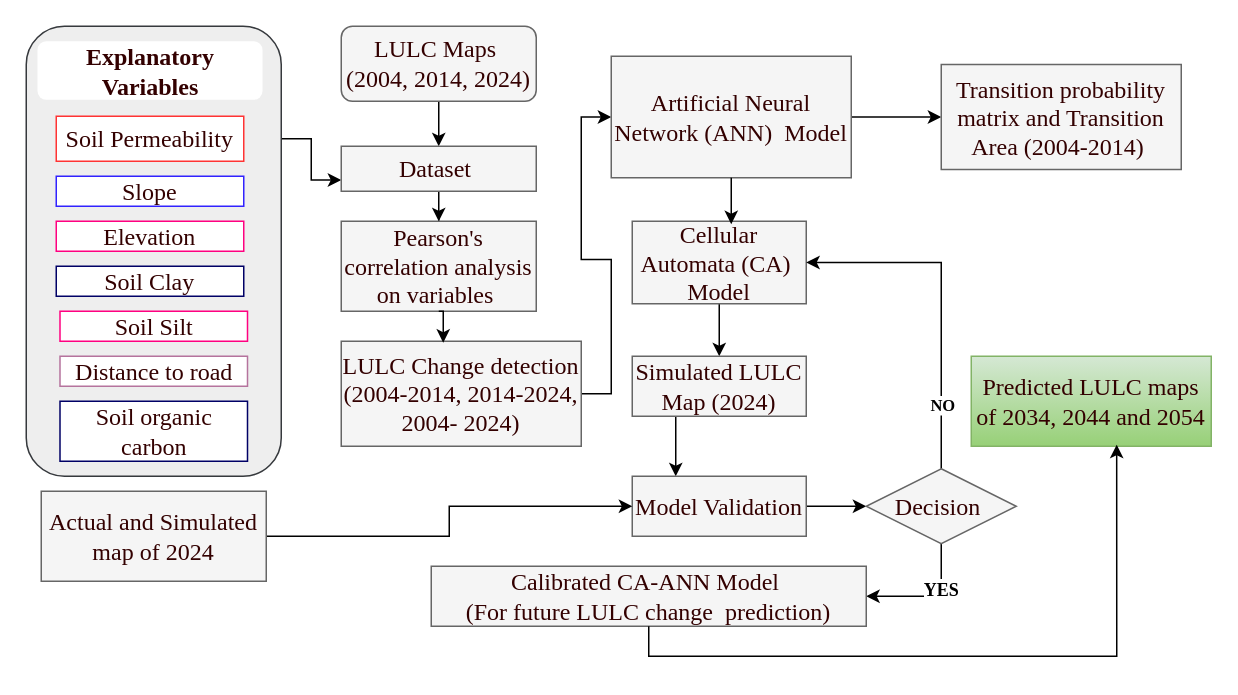
Earlier version of the draw.io diagram Molusce.drawio (yemioke/PRISMA2020). Source tidied: cells renumbered, new cells numbered last; positions are measured from the earlier drawing's top-left corner, leaving out a move shared by most shapes. Both pictures are drawn from the tidied source at 150%, with x=0, y=0 at pixel (26, 26).
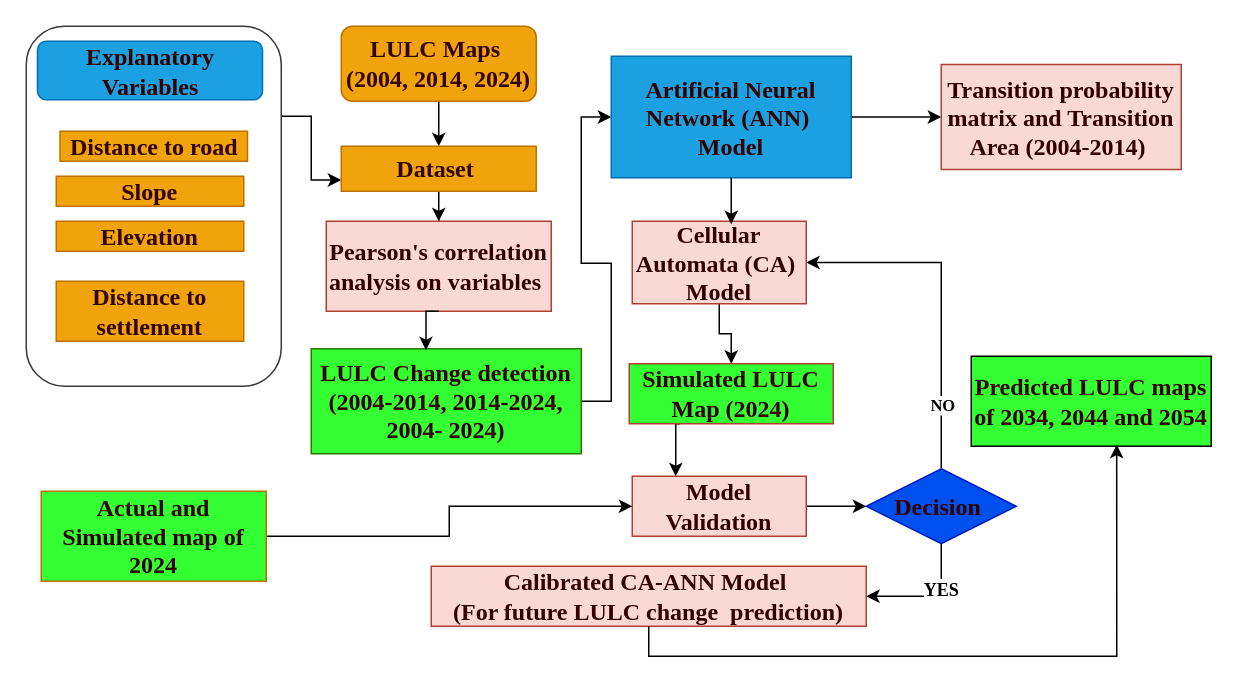
The same page after the edit.

What changed in the source:
```diff
@@
-    <mxCell id="3" style="rounded=1;whiteSpace=wrap;html=1;fillColor=#eeeeee;strokeColor=#36393d;" parent="1" vertex="1">
-      <mxGeometry width="170" height="300" as="geometry" />
+    <mxCell id="3" style="rounded=1;whiteSpace=wrap;html=1;fillColor=#FFFFFF;strokeColor=#36393d;" parent="1" vertex="1">
+      <mxGeometry width="170" height="240" as="geometry" />
     </mxCell>
@@
-    <mxCell id="5" value="&lt;font face=&quot;Times New Roman&quot; style=&quot;color: rgb(51, 0, 0); font-size: 16px;&quot;&gt;LULC Maps&amp;nbsp;&lt;/font&gt;&lt;div&gt;&lt;font face=&quot;Times New Roman&quot; style=&quot;color: rgb(51, 0, 0); font-size: 16px;&quot;&gt;(2004, 2014, 2024)&lt;/font&gt;&lt;/div&gt;" style="rounded=1;whiteSpace=wrap;html=1;fillColor=#f5f5f5;fontColor=#333333;strokeColor=#666666;" parent="1" vertex="1">
+    <mxCell id="5" value="&lt;font face=&quot;Times New Roman&quot; style=&quot;color: rgb(51, 0, 0); font-size: 16px;&quot;&gt;&lt;b&gt;LULC Maps&amp;nbsp;&lt;/b&gt;&lt;/font&gt;&lt;div&gt;&lt;font face=&quot;Times New Roman&quot; style=&quot;color: rgb(51, 0, 0); font-size: 16px;&quot;&gt;&lt;b&gt;(2004, 2014, 2024)&lt;/b&gt;&lt;/font&gt;&lt;/div&gt;" style="rounded=1;whiteSpace=wrap;html=1;fillColor=#f0a30a;fontColor=#000000;strokeColor=#BD7000;" parent="1" vertex="1">
       <mxGeometry x="210" width="130" height="50" as="geometry" />
     </mxCell>
@@
-    <mxCell id="7" value="&lt;font face=&quot;Times New Roman&quot; style=&quot;color: rgb(51, 0, 0); font-size: 16px;&quot;&gt;Dataset&amp;nbsp;&lt;/font&gt;" style="rounded=0;whiteSpace=wrap;html=1;fillColor=#f5f5f5;fontColor=#333333;strokeColor=#666666;" parent="1" vertex="1">
+    <mxCell id="7" value="&lt;font face=&quot;Times New Roman&quot; style=&quot;color: rgb(51, 0, 0); font-size: 16px;&quot;&gt;&lt;b&gt;Dataset&amp;nbsp;&lt;/b&gt;&lt;/font&gt;" style="rounded=0;whiteSpace=wrap;html=1;fillColor=#f0a30a;fontColor=#000000;strokeColor=#BD7000;" parent="1" vertex="1">
       <mxGeometry x="210" y="80" width="130" height="30" as="geometry" />
     </mxCell>
-    <mxCell id="8" value="&lt;font style=&quot;color: rgb(51, 0, 0); font-size: 16px;&quot; face=&quot;Times New Roman&quot;&gt;Pearson's correlation analysis on variables&amp;nbsp;&lt;/font&gt;" style="rounded=0;whiteSpace=wrap;html=1;fillColor=#f5f5f5;fontColor=#333333;strokeColor=#666666;" parent="1" vertex="1">
-      <mxGeometry x="210" y="130" width="130" height="60" as="geometry" />
+    <mxCell id="8" value="&lt;font style=&quot;color: rgb(51, 0, 0); font-size: 16px;&quot; face=&quot;Times New Roman&quot;&gt;&lt;b&gt;Pearson's correlation analysis on variables&amp;nbsp;&lt;/b&gt;&lt;/font&gt;" style="rounded=0;whiteSpace=wrap;html=1;fillColor=#fad9d5;strokeColor=#ae4132;" parent="1" vertex="1">
+      <mxGeometry x="200" y="130" width="150" height="60" as="geometry" />
     </mxCell>
@@
-    <mxCell id="10" value="&lt;font face=&quot;Times New Roman&quot; style=&quot;font-weight: normal; color: rgb(51, 0, 0); font-size: 16px;&quot;&gt;LULC Change detection&lt;br&gt;(2004-2014, 2014-2024, 2004- 2024)&lt;/font&gt;" style="rounded=0;whiteSpace=wrap;html=1;fontStyle=1;fillColor=#f5f5f5;fontColor=#333333;strokeColor=#666666;" parent="1" vertex="1">
-      <mxGeometry x="210" y="210" width="160" height="70" as="geometry" />
+    <mxCell id="10" value="&lt;font face=&quot;Times New Roman&quot; style=&quot;color: rgb(51, 0, 0); font-size: 16px;&quot;&gt;LULC Change detection&lt;br&gt;(2004-2014, 2014-2024, 2004- 2024)&lt;/font&gt;" style="rounded=0;whiteSpace=wrap;html=1;fontStyle=1;fillColor=#33FF33;strokeColor=#2D7600;fontColor=#ffffff;" parent="1" vertex="1">
+      <mxGeometry x="190" y="215" width="180" height="70" as="geometry" />
     </mxCell>
@@
-    <mxCell id="12" value="&lt;font style=&quot;font-weight: normal; color: rgb(51, 0, 0); font-size: 16px;&quot; face=&quot;Times New Roman&quot;&gt;Artificial Neural Network (ANN)&amp;nbsp; Model&lt;/font&gt;" style="rounded=0;whiteSpace=wrap;html=1;fontStyle=1;fillColor=#f5f5f5;fontColor=#333333;strokeColor=#666666;" parent="1" vertex="1">
+    <mxCell id="12" value="&lt;font style=&quot;color: rgb(51, 0, 0); font-size: 16px;&quot; face=&quot;Times New Roman&quot;&gt;Artificial Neural Network (ANN)&amp;nbsp; Model&lt;/font&gt;" style="rounded=0;whiteSpace=wrap;html=1;fontStyle=1;fillColor=#1ba1e2;strokeColor=#006EAF;fontColor=#ffffff;" parent="1" vertex="1">
       <mxGeometry x="390" y="20" width="160" height="81" as="geometry" />
     </mxCell>
-    <mxCell id="13" value="&lt;font face=&quot;Times New Roman&quot; style=&quot;font-weight: normal; color: rgb(51, 0, 0); font-size: 16px;&quot;&gt;Transition probability matrix and Transition Area (2004-2014)&amp;nbsp;&lt;/font&gt;" style="rounded=0;whiteSpace=wrap;html=1;fontStyle=1;fillColor=#f5f5f5;fontColor=#333333;strokeColor=#666666;" parent="1" vertex="1">
+    <mxCell id="13" value="&lt;font face=&quot;Times New Roman&quot; style=&quot;color: rgb(51, 0, 0); font-size: 16px;&quot;&gt;Transition probability matrix and Transition Area (2004-2014)&amp;nbsp;&lt;/font&gt;" style="rounded=0;whiteSpace=wrap;html=1;fontStyle=1;fillColor=#fad9d5;strokeColor=#ae4132;" parent="1" vertex="1">
       <mxGeometry x="610" y="25.5" width="160" height="70" as="geometry" />
     </mxCell>
@@
-    <mxCell id="15" value="&lt;font face=&quot;Times New Roman&quot; style=&quot;font-weight: normal; color: rgb(51, 0, 0); font-size: 16px;&quot;&gt;Cellular Automata (CA)&amp;nbsp; Model&lt;/font&gt;" style="rounded=0;whiteSpace=wrap;html=1;fontStyle=1;fillColor=#f5f5f5;fontColor=#333333;strokeColor=#666666;" parent="1" vertex="1">
+    <mxCell id="15" value="&lt;font face=&quot;Times New Roman&quot; style=&quot;color: rgb(51, 0, 0); font-size: 16px;&quot;&gt;Cellular Automata (CA)&amp;nbsp; Model&lt;/font&gt;" style="rounded=0;whiteSpace=wrap;html=1;fontStyle=1;fillColor=#fad9d5;strokeColor=#ae4132;" parent="1" vertex="1">
       <mxGeometry x="404" y="130" width="116" height="55" as="geometry" />
     </mxCell>
@@
-    <mxCell id="17" value="&lt;font face=&quot;Times New Roman&quot; style=&quot;font-weight: normal; color: rgb(51, 0, 0); font-size: 16px;&quot;&gt;Simulated LULC Map (2024)&lt;/font&gt;" style="rounded=0;whiteSpace=wrap;html=1;fontStyle=1;fillColor=#f5f5f5;fontColor=#333333;strokeColor=#666666;" parent="1" vertex="1">
-      <mxGeometry x="404" y="220" width="116" height="40" as="geometry" />
+    <mxCell id="17" value="&lt;font face=&quot;Times New Roman&quot; style=&quot;color: rgb(51, 0, 0); font-size: 16px;&quot;&gt;Simulated LULC Map (2024)&lt;/font&gt;" style="rounded=0;whiteSpace=wrap;html=1;fontStyle=1;fillColor=#33FF33;strokeColor=#ae4132;" parent="1" vertex="1">
+      <mxGeometry x="402" y="225" width="136" height="40" as="geometry" />
     </mxCell>
@@
-    <mxCell id="19" value="&lt;span style=&quot;font-weight: normal;&quot;&gt;&lt;font face=&quot;Times New Roman&quot; style=&quot;color: rgb(51, 0, 0); font-size: 16px;&quot;&gt;Model Validation&lt;/font&gt;&lt;/span&gt;" style="rounded=0;whiteSpace=wrap;html=1;fontStyle=1;fillColor=#f5f5f5;fontColor=#333333;strokeColor=#666666;" parent="1" vertex="1">
+    <mxCell id="19" value="&lt;font face=&quot;Times New Roman&quot; style=&quot;color: rgb(51, 0, 0); font-size: 16px;&quot;&gt;Model Validation&lt;/font&gt;" style="rounded=0;whiteSpace=wrap;html=1;fontStyle=1;fillColor=#fad9d5;strokeColor=#ae4132;" parent="1" vertex="1">
       <mxGeometry x="404" y="300" width="116" height="40" as="geometry" />
     </mxCell>
@@
-    <mxCell id="24" value="&lt;font style=&quot;color: rgb(51, 0, 0); font-size: 16px;&quot; face=&quot;Times New Roman&quot;&gt;Decision&amp;nbsp;&lt;/font&gt;" style="rhombus;whiteSpace=wrap;html=1;fillColor=#f5f5f5;fontColor=#333333;strokeColor=#666666;" parent="1" vertex="1">
+    <mxCell id="24" value="&lt;font style=&quot;color: rgb(51, 0, 0); font-size: 16px;&quot; face=&quot;Times New Roman&quot;&gt;&lt;b&gt;Decision&amp;nbsp;&lt;/b&gt;&lt;/font&gt;" style="rhombus;whiteSpace=wrap;html=1;fillColor=#0050ef;fontColor=#ffffff;strokeColor=#001DBC;" parent="1" vertex="1">
       <mxGeometry x="560" y="295" width="100" height="50" as="geometry" />
     </mxCell>
@@
-    <mxCell id="26" value="&lt;span style=&quot;font-weight: normal;&quot;&gt;&lt;font face=&quot;Times New Roman&quot; style=&quot;color: rgb(51, 0, 0); font-size: 16px;&quot;&gt;Actual and Simulated map of 2024&lt;/font&gt;&lt;/span&gt;" style="rounded=0;whiteSpace=wrap;html=1;fontStyle=1;fillColor=#f5f5f5;fontColor=#333333;strokeColor=#666666;" parent="1" vertex="1">
+    <mxCell id="26" value="&lt;font face=&quot;Times New Roman&quot; style=&quot;color: rgb(51, 0, 0); font-size: 16px;&quot;&gt;Actual and Simulated map of 2024&lt;/font&gt;" style="rounded=0;whiteSpace=wrap;html=1;fontStyle=1;fillColor=#33FF33;fontColor=#000000;strokeColor=#BD7000;" parent="1" vertex="1">
       <mxGeometry x="10" y="310" width="150" height="60" as="geometry" />
     </mxCell>
-    <mxCell id="27" value="&lt;font face=&quot;Times New Roman&quot; style=&quot;font-weight: normal; color: rgb(51, 0, 0); font-size: 16px;&quot;&gt;Calibrated CA-ANN Model&amp;nbsp;&lt;br&gt;(For future LULC change&amp;nbsp; prediction)&lt;/font&gt;" style="rounded=0;whiteSpace=wrap;html=1;fontStyle=1;fillColor=#f5f5f5;fontColor=#333333;strokeColor=#666666;" parent="1" vertex="1">
+    <mxCell id="27" value="&lt;font face=&quot;Times New Roman&quot; style=&quot;color: rgb(51, 0, 0); font-size: 16px;&quot;&gt;Calibrated CA-ANN Model&amp;nbsp;&lt;br&gt;(For future LULC change&amp;nbsp; prediction)&lt;/font&gt;" style="rounded=0;whiteSpace=wrap;html=1;fontStyle=1;fillColor=#fad9d5;strokeColor=#ae4132;" parent="1" vertex="1">
       <mxGeometry x="270" y="360" width="290" height="40" as="geometry" />
     </mxCell>
-    <mxCell id="28" value="&lt;font face=&quot;Times New Roman&quot; style=&quot;font-weight: normal; color: rgb(51, 0, 0); font-size: 16px;&quot;&gt;Predicted LULC maps of 2034, 2044 and 2054&lt;/font&gt;" style="rounded=0;whiteSpace=wrap;html=1;fontStyle=1;fillColor=#d5e8d4;strokeColor=#82b366;gradientColor=#97d077;" parent="1" vertex="1">
+    <mxCell id="28" value="&lt;font face=&quot;Times New Roman&quot; style=&quot;color: rgb(51, 0, 0); font-size: 16px;&quot;&gt;Predicted LULC maps of 2034, 2044 and 2054&lt;/font&gt;" style="rounded=0;whiteSpace=wrap;html=1;fontStyle=1;fillColor=#33FF33;" parent="1" vertex="1">
       <mxGeometry x="630" y="220" width="160" height="60" as="geometry" />
     </mxCell>
-    <mxCell id="29" value="&lt;font face=&quot;Times New Roman&quot; style=&quot;color: rgb(51, 0, 0); font-size: 16px;&quot;&gt;Slope&lt;/font&gt;" style="rounded=0;whiteSpace=wrap;html=1;strokeColor=#3122FF;" parent="1" vertex="1">
+    <mxCell id="29" value="&lt;font face=&quot;Times New Roman&quot; style=&quot;color: rgb(51, 0, 0); font-size: 16px;&quot;&gt;&lt;b&gt;Slope&lt;/b&gt;&lt;/font&gt;" style="rounded=0;whiteSpace=wrap;html=1;strokeColor=#BD7000;fillColor=#f0a30a;fontColor=#000000;" parent="1" vertex="1">
       <mxGeometry x="20" y="100" width="125" height="20" as="geometry" />
     </mxCell>
-    <mxCell id="30" value="&lt;font face=&quot;Times New Roman&quot; style=&quot;color: rgb(51, 0, 0); font-size: 16px;&quot;&gt;Elevation&lt;/font&gt;" style="rounded=0;whiteSpace=wrap;html=1;strokeColor=#FF0080;" parent="1" vertex="1">
+    <mxCell id="30" value="&lt;font face=&quot;Times New Roman&quot; style=&quot;color: rgb(51, 0, 0); font-size: 16px;&quot;&gt;&lt;b&gt;Elevation&lt;/b&gt;&lt;/font&gt;" style="rounded=0;whiteSpace=wrap;html=1;strokeColor=#BD7000;fillColor=#f0a30a;fontColor=#000000;" parent="1" vertex="1">
       <mxGeometry x="20" y="130" width="125" height="20" as="geometry" />
     </mxCell>
-    <mxCell id="31" value="&lt;font face=&quot;Times New Roman&quot; style=&quot;color: rgb(51, 0, 0); font-size: 16px;&quot;&gt;Soil Clay&lt;/font&gt;" style="rounded=0;whiteSpace=wrap;html=1;strokeColor=#000066;" parent="1" vertex="1">
-      <mxGeometry x="20" y="160" width="125" height="20" as="geometry" />
-    </mxCell>
-    <mxCell id="32" value="&lt;font face=&quot;Times New Roman&quot; style=&quot;color: rgb(51, 0, 0); font-size: 16px;&quot;&gt;Soil Silt&lt;/font&gt;" style="rounded=0;whiteSpace=wrap;html=1;strokeColor=#FF0080;" parent="1" vertex="1">
-      <mxGeometry x="22.5" y="190" width="125" height="20" as="geometry" />
-    </mxCell>
-    <mxCell id="33" value="&lt;font face=&quot;Times New Roman&quot; style=&quot;color: rgb(51, 0, 0); font-size: 16px;&quot;&gt;Distance to road&lt;/font&gt;" style="rounded=0;whiteSpace=wrap;html=1;strokeColor=#B5739D;" parent="1" vertex="1">
-      <mxGeometry x="22.5" y="220" width="125" height="20" as="geometry" />
+    <mxCell id="33" value="&lt;font face=&quot;Times New Roman&quot; style=&quot;color: rgb(51, 0, 0); font-size: 16px;&quot;&gt;&lt;b&gt;Distance to road&lt;/b&gt;&lt;/font&gt;" style="rounded=0;whiteSpace=wrap;html=1;strokeColor=#BD7000;fillColor=#f0a30a;fontColor=#000000;" parent="1" vertex="1">
+      <mxGeometry x="22.5" y="70" width="125" height="20" as="geometry" />
     </mxCell>
-    <mxCell id="34" value="&lt;font face=&quot;Times New Roman&quot; style=&quot;color: rgb(51, 0, 0); font-size: 16px;&quot;&gt;Soil Permeability&lt;/font&gt;" style="rounded=0;whiteSpace=wrap;html=1;strokeColor=#FF3333;fillColor=#FFFFFF;" parent="1" vertex="1">
-      <mxGeometry x="20" y="60" width="125" height="30" as="geometry" />
-    </mxCell>
-    <mxCell id="35" value="&lt;font face=&quot;Times New Roman&quot; style=&quot;color: rgb(51, 0, 0); font-size: 16px;&quot;&gt;Soil organic carbon&lt;/font&gt;" style="rounded=0;whiteSpace=wrap;html=1;strokeColor=#000066;" parent="1" vertex="1">
-      <mxGeometry x="22.5" y="250" width="125" height="40" as="geometry" />
+    <mxCell id="35" value="&lt;font face=&quot;Times New Roman&quot; style=&quot;color: rgb(51, 0, 0); font-size: 16px;&quot;&gt;&lt;b&gt;Distance to settlement&lt;/b&gt;&lt;/font&gt;" style="rounded=0;whiteSpace=wrap;html=1;strokeColor=#BD7000;fillColor=#f0a30a;fontColor=#000000;" parent="1" vertex="1">
+      <mxGeometry x="20" y="170" width="125" height="40" as="geometry" />
     </mxCell>
-    <mxCell id="36" value="&lt;font style=&quot;color: rgb(51, 0, 0); font-size: 16px;&quot; face=&quot;Times New Roman&quot;&gt;Explanatory Variables&lt;/font&gt;" style="rounded=1;whiteSpace=wrap;html=1;fontStyle=1;strokeColor=none;" parent="1" vertex="1">
+    <mxCell id="36" value="&lt;font style=&quot;color: rgb(51, 0, 0); font-size: 16px;&quot; face=&quot;Times New Roman&quot;&gt;Explanatory Variables&lt;/font&gt;" style="rounded=1;whiteSpace=wrap;html=1;fontStyle=1;strokeColor=#006EAF;fillColor=#1ba1e2;fontColor=#ffffff;" parent="1" vertex="1">
       <mxGeometry x="7.5" y="10" width="150" height="39" as="geometry" />
     </mxCell>
```
